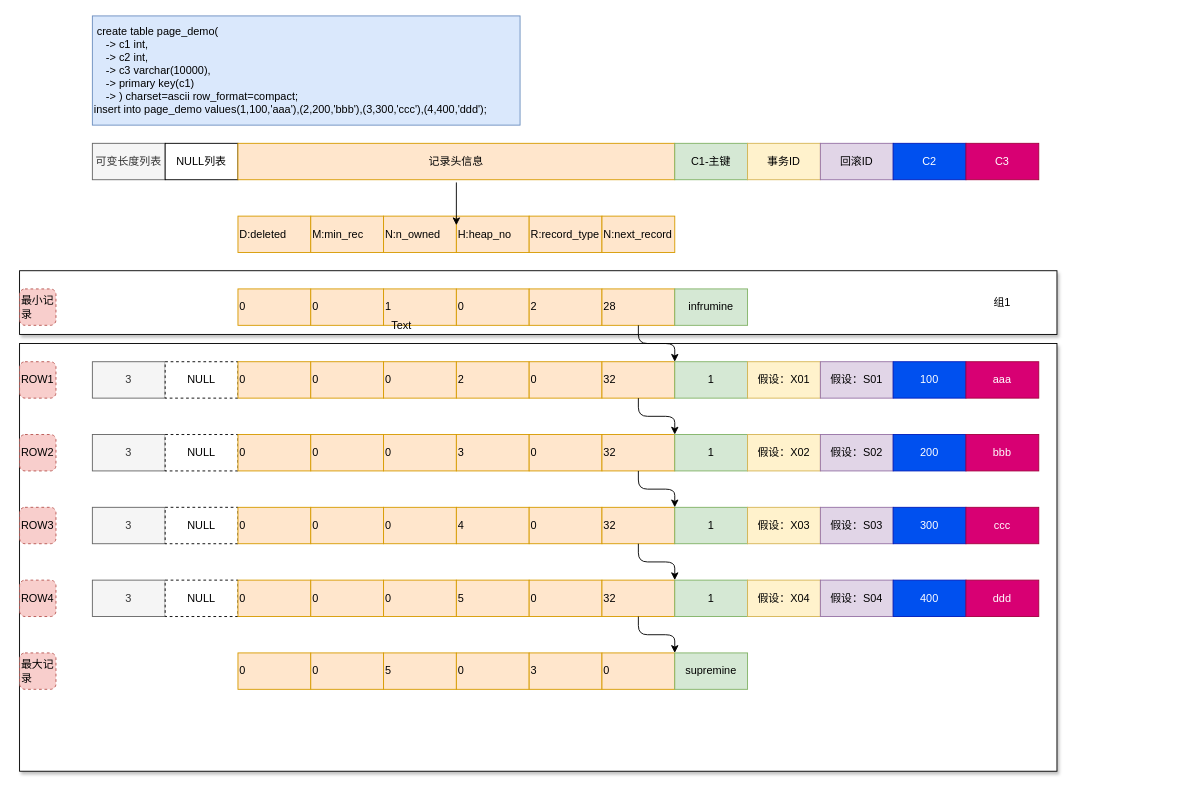
wqfgithub/drawio keeps this draw.io diagram as page-row.drawio. Above is the earlier version. Source tidied: cells renumbered, new cells numbered last; positions are measured from the earlier drawing's top-left corner, leaving out a move shared by most shapes. Both pictures are drawn from the tidied source at 91%, with x=0, y=0 at pixel (19, 15).
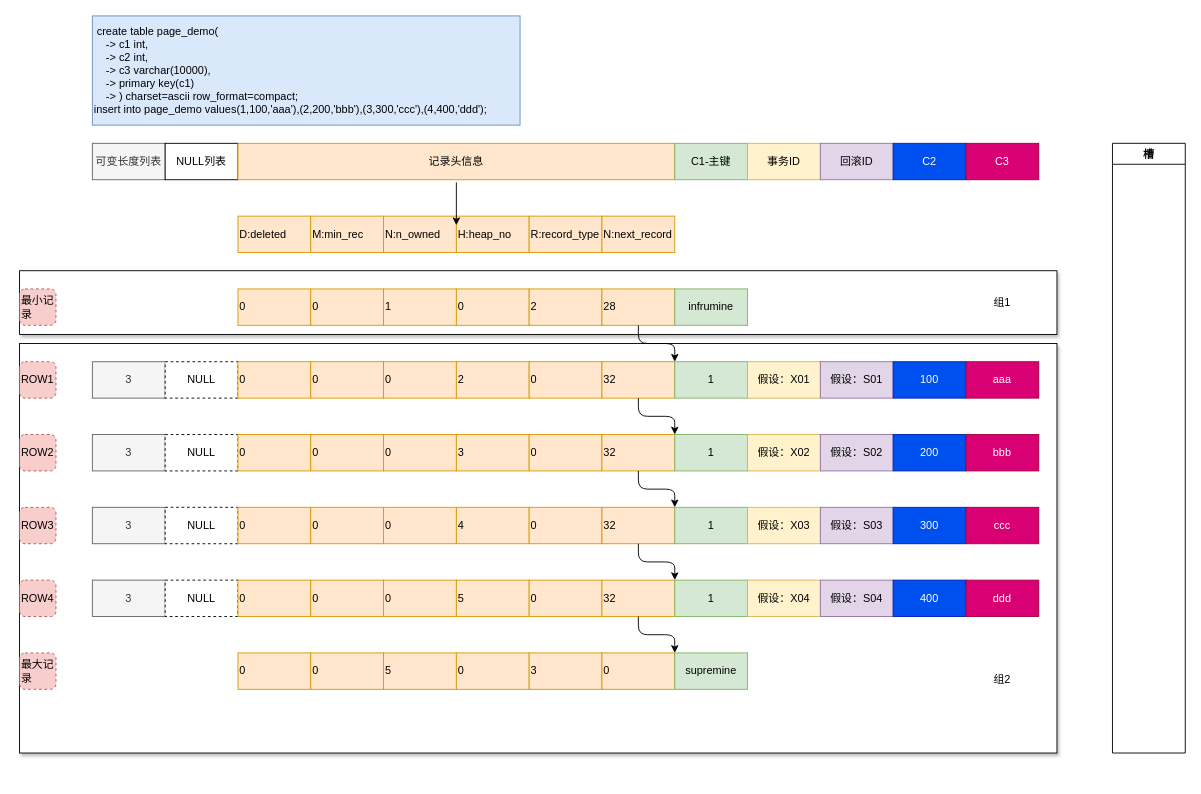
Above is the later version.

The edit, as a diff of the source:
```diff
@@
     <mxCell id="2" style="rounded=0;whiteSpace=wrap;html=1;shadow=1;align=left;sketch=0;glass=0;" parent="1" vertex="1">
-      <mxGeometry y="360" width="1140" height="470" as="geometry" />
+      <mxGeometry y="360" width="1140" height="450" as="geometry" />
     </mxCell>
@@
-    <mxCell id="97" value="Text" style="text;html=1;strokeColor=none;fillColor=none;align=center;verticalAlign=middle;whiteSpace=wrap;rounded=0;shadow=1;glass=0;sketch=0;" parent="1" vertex="1">
-      <mxGeometry x="400" y="330" width="40" height="20" as="geometry" />
-    </mxCell>
@@
+    <mxCell id="99" value="组2" style="text;html=1;strokeColor=none;fillColor=none;align=center;verticalAlign=middle;whiteSpace=wrap;rounded=0;shadow=1;glass=0;sketch=0;" parent="1" vertex="1">
+      <mxGeometry x="1060" y="720" width="40" height="20" as="geometry" />
+    </mxCell>
+    <mxCell id="100" value="槽" style="swimlane;" parent="1" vertex="1">
+      <mxGeometry x="1201" y="140" width="80" height="670" as="geometry" />
+    </mxCell>
```
